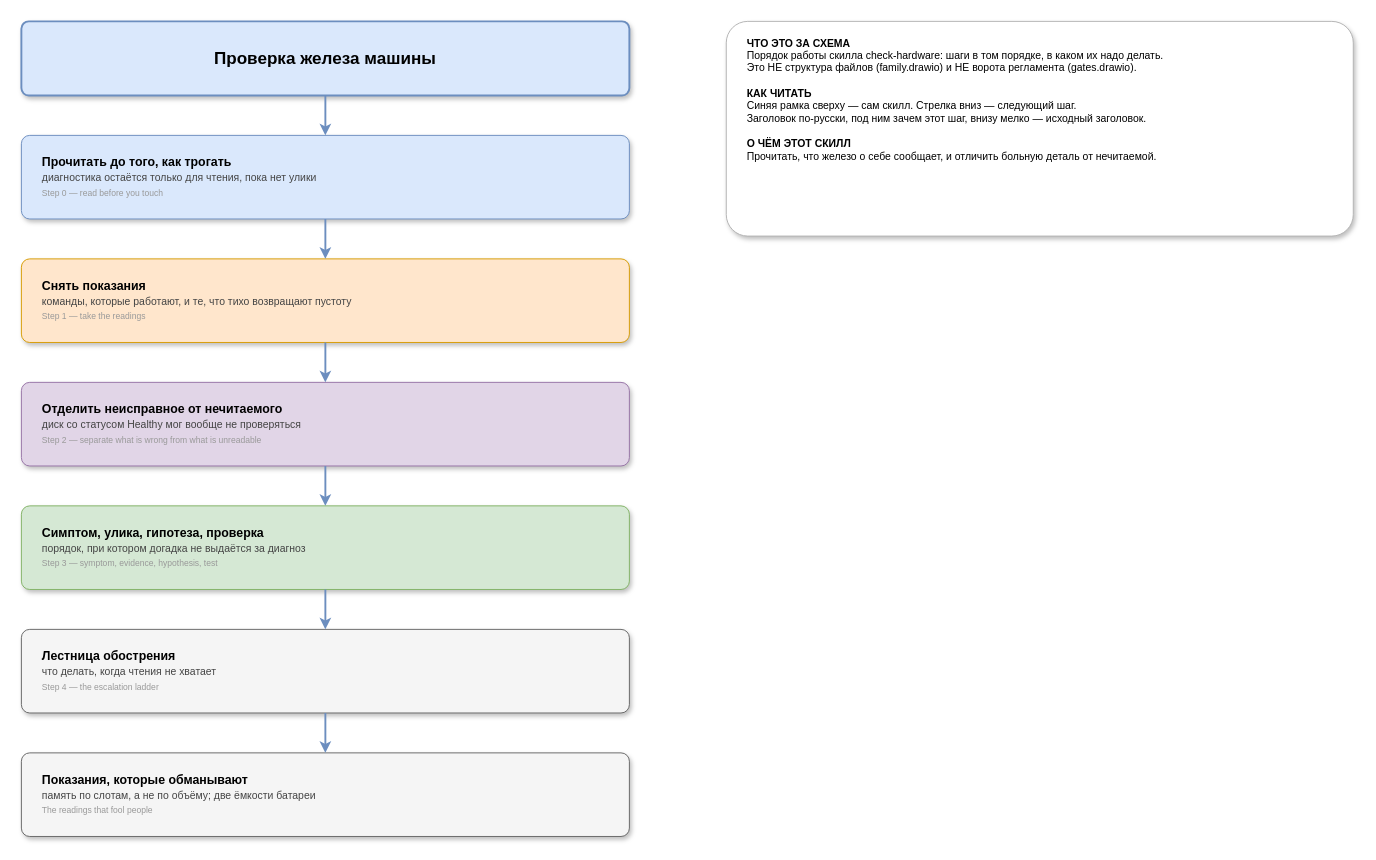
Before: skills/check-hardware/assets/diagram.drawio in ubik-dsh/deepseek-harness-skills, a draw.io diagram. Source tidied: cells renumbered, new cells numbered last; positions are measured from the earlier drawing's top-left corner, leaving out a move shared by most shapes. Both pictures are drawn from the tidied source at 95%, with x=0, y=0 at pixel (21, 21).
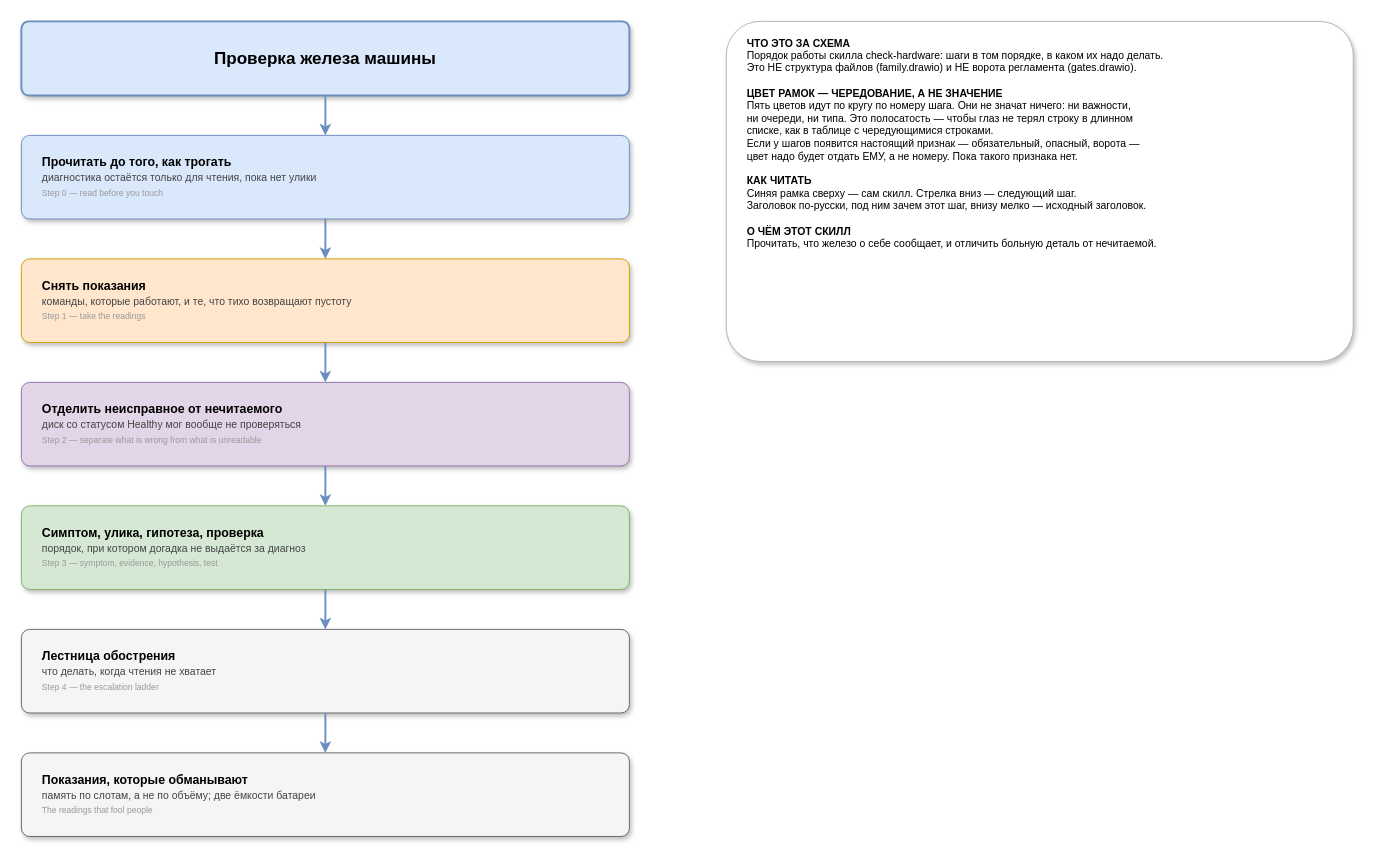
The same page after the edit.

Change to the diagram source:
```diff
@@
 <mxGraphModel>
   <root>
     <mxCell id="0" />
     <mxCell id="1" parent="0" />
     <mxCell id="2" value="Проверка железа машины" style="rounded=1;arcSize=10;whiteSpace=wrap;html=1;shadow=1;strokeWidth=2;fillColor=#DAE8FC;strokeColor=#6C8EBF;fontSize=18;fontStyle=1;align=center;verticalAlign=middle;" parent="1" vertex="1">
       <mxGeometry width="640" height="78" as="geometry" />
     </mxCell>
     <mxCell id="3" value="&lt;b&gt;Прочитать до того, как трогать&lt;/b&gt;&lt;br&gt;&lt;font color=&quot;#444444&quot; style=&quot;font-size:11px&quot;&gt;диагностика остаётся только для чтения, пока нет улики&lt;/font&gt;&lt;br&gt;&lt;font color=&quot;#999999&quot; style=&quot;font-size:9px&quot;&gt;Step 0 — read before you touch&lt;/font&gt;" style="rounded=1;arcSize=10;whiteSpace=wrap;html=1;shadow=1;strokeWidth=1;fillColor=#DAE8FC;strokeColor=#6C8EBF;align=left;verticalAlign=middle;spacingLeft=20;spacingTop=10;spacingBottom=10;fontSize=13;" parent="1" vertex="1">
       <mxGeometry y="120" width="640" height="88" as="geometry" />
     </mxCell>
     <mxCell id="4" style="endArrow=classic;html=1;strokeColor=#6C8EBF;strokeWidth=2;rounded=0;edgeStyle=orthogonalEdgeStyle;exitX=0.5;exitY=1;exitDx=0;exitDy=0;entryX=0.5;entryY=0;entryDx=0;entryDy=0;" parent="1" edge="1" source="2" target="3">
       <mxGeometry relative="1" as="geometry" />
     </mxCell>
     <mxCell id="5" value="&lt;b&gt;Снять показания&lt;/b&gt;&lt;br&gt;&lt;font color=&quot;#444444&quot; style=&quot;font-size:11px&quot;&gt;команды, которые работают, и те, что тихо возвращают пустоту&lt;/font&gt;&lt;br&gt;&lt;font color=&quot;#999999&quot; style=&quot;font-size:9px&quot;&gt;Step 1 — take the readings&lt;/font&gt;" style="rounded=1;arcSize=10;whiteSpace=wrap;html=1;shadow=1;strokeWidth=1;fillColor=#FFE6CC;strokeColor=#D79B00;align=left;verticalAlign=middle;spacingLeft=20;spacingTop=10;spacingBottom=10;fontSize=13;" parent="1" vertex="1">
       <mxGeometry y="250" width="640" height="88" as="geometry" />
     </mxCell>
     <mxCell id="6" style="endArrow=classic;html=1;strokeColor=#6C8EBF;strokeWidth=2;rounded=0;edgeStyle=orthogonalEdgeStyle;exitX=0.5;exitY=1;exitDx=0;exitDy=0;entryX=0.5;entryY=0;entryDx=0;entryDy=0;" parent="1" edge="1" source="3" target="5">
       <mxGeometry relative="1" as="geometry" />
     </mxCell>
     <mxCell id="7" value="&lt;b&gt;Отделить неисправное от нечитаемого&lt;/b&gt;&lt;br&gt;&lt;font color=&quot;#444444&quot; style=&quot;font-size:11px&quot;&gt;диск со статусом Healthy мог вообще не проверяться&lt;/font&gt;&lt;br&gt;&lt;font color=&quot;#999999&quot; style=&quot;font-size:9px&quot;&gt;Step 2 — separate what is wrong from what is unreadable&lt;/font&gt;" style="rounded=1;arcSize=10;whiteSpace=wrap;html=1;shadow=1;strokeWidth=1;fillColor=#E1D5E7;strokeColor=#9673A6;align=left;verticalAlign=middle;spacingLeft=20;spacingTop=10;spacingBottom=10;fontSize=13;" parent="1" vertex="1">
       <mxGeometry y="380" width="640" height="88" as="geometry" />
     </mxCell>
     <mxCell id="8" style="endArrow=classic;html=1;strokeColor=#6C8EBF;strokeWidth=2;rounded=0;edgeStyle=orthogonalEdgeStyle;exitX=0.5;exitY=1;exitDx=0;exitDy=0;entryX=0.5;entryY=0;entryDx=0;entryDy=0;" parent="1" edge="1" source="5" target="7">
       <mxGeometry relative="1" as="geometry" />
     </mxCell>
     <mxCell id="9" value="&lt;b&gt;Симптом, улика, гипотеза, проверка&lt;/b&gt;&lt;br&gt;&lt;font color=&quot;#444444&quot; style=&quot;font-size:11px&quot;&gt;порядок, при котором догадка не выдаётся за диагноз&lt;/font&gt;&lt;br&gt;&lt;font color=&quot;#999999&quot; style=&quot;font-size:9px&quot;&gt;Step 3 — symptom, evidence, hypothesis, test&lt;/font&gt;" style="rounded=1;arcSize=10;whiteSpace=wrap;html=1;shadow=1;strokeWidth=1;fillColor=#D5E8D4;strokeColor=#82B366;align=left;verticalAlign=middle;spacingLeft=20;spacingTop=10;spacingBottom=10;fontSize=13;" parent="1" vertex="1">
       <mxGeometry y="510" width="640" height="88" as="geometry" />
     </mxCell>
     <mxCell id="10" style="endArrow=classic;html=1;strokeColor=#6C8EBF;strokeWidth=2;rounded=0;edgeStyle=orthogonalEdgeStyle;exitX=0.5;exitY=1;exitDx=0;exitDy=0;entryX=0.5;entryY=0;entryDx=0;entryDy=0;" parent="1" edge="1" source="7" target="9">
       <mxGeometry relative="1" as="geometry" />
     </mxCell>
     <mxCell id="11" value="&lt;b&gt;Лестница обострения&lt;/b&gt;&lt;br&gt;&lt;font color=&quot;#444444&quot; style=&quot;font-size:11px&quot;&gt;что делать, когда чтения не хватает&lt;/font&gt;&lt;br&gt;&lt;font color=&quot;#999999&quot; style=&quot;font-size:9px&quot;&gt;Step 4 — the escalation ladder&lt;/font&gt;" style="rounded=1;arcSize=10;whiteSpace=wrap;html=1;shadow=1;strokeWidth=1;fillColor=#F5F5F5;strokeColor=#666666;align=left;verticalAlign=middle;spacingLeft=20;spacingTop=10;spacingBottom=10;fontSize=13;" parent="1" vertex="1">
       <mxGeometry y="640" width="640" height="88" as="geometry" />
     </mxCell>
     <mxCell id="12" style="endArrow=classic;html=1;strokeColor=#6C8EBF;strokeWidth=2;rounded=0;edgeStyle=orthogonalEdgeStyle;exitX=0.5;exitY=1;exitDx=0;exitDy=0;entryX=0.5;entryY=0;entryDx=0;entryDy=0;" parent="1" edge="1" source="9" target="11">
       <mxGeometry relative="1" as="geometry" />
     </mxCell>
     <mxCell id="13" value="&lt;b&gt;Показания, которые обманывают&lt;/b&gt;&lt;br&gt;&lt;font color=&quot;#444444&quot; style=&quot;font-size:11px&quot;&gt;память по слотам, а не по объёму; две ёмкости батареи&lt;/font&gt;&lt;br&gt;&lt;font color=&quot;#999999&quot; style=&quot;font-size:9px&quot;&gt;The readings that fool people&lt;/font&gt;" style="rounded=1;arcSize=10;whiteSpace=wrap;html=1;shadow=1;strokeWidth=1;fillColor=#F5F5F5;strokeColor=#666666;align=left;verticalAlign=middle;spacingLeft=20;spacingTop=10;spacingBottom=10;fontSize=13;" parent="1" vertex="1">
       <mxGeometry y="770" width="640" height="88" as="geometry" />
     </mxCell>
     <mxCell id="14" style="endArrow=classic;html=1;strokeColor=#6C8EBF;strokeWidth=2;rounded=0;edgeStyle=orthogonalEdgeStyle;exitX=0.5;exitY=1;exitDx=0;exitDy=0;entryX=0.5;entryY=0;entryDx=0;entryDy=0;" parent="1" edge="1" source="11" target="13">
       <mxGeometry relative="1" as="geometry" />
     </mxCell>
-    <mxCell id="15" value="&lt;b&gt;ЧТО ЭТО ЗА СХЕМА&lt;/b&gt;&lt;br&gt;Порядок работы скилла check-hardware: шаги в том порядке, в каком их надо делать.&lt;br&gt;Это НЕ структура файлов (family.drawio) и НЕ ворота регламента (gates.drawio).&lt;br&gt;&amp;nbsp;&lt;br&gt;&lt;b&gt;КАК ЧИТАТЬ&lt;/b&gt;&lt;br&gt;Синяя рамка сверху — сам скилл. Стрелка вниз — следующий шаг.&lt;br&gt;Заголовок по-русски, под ним зачем этот шаг, внизу мелко — исходный заголовок.&lt;br&gt;&amp;nbsp;&lt;br&gt;&lt;b&gt;О ЧЁМ ЭТОТ СКИЛЛ&lt;/b&gt;&lt;br&gt;Прочитать, что железо о себе сообщает, и отличить больную деталь от нечитаемой.&lt;br&gt;&amp;nbsp;" style="rounded=1;arcSize=10;whiteSpace=wrap;html=1;shadow=1;strokeWidth=1;fillColor=#FFFFFF;strokeColor=#B3B3B3;align=left;verticalAlign=top;spacingLeft=20;spacingTop=10;fontSize=11;" parent="1" vertex="1">
-      <mxGeometry x="742" width="660" height="226" as="geometry" />
+    <mxCell id="15" value="&lt;b&gt;ЧТО ЭТО ЗА СХЕМА&lt;/b&gt;&lt;br&gt;Порядок работы скилла check-hardware: шаги в том порядке, в каком их надо делать.&lt;br&gt;Это НЕ структура файлов (family.drawio) и НЕ ворота регламента (gates.drawio).&lt;br&gt;&amp;nbsp;&lt;br&gt;&lt;b&gt;ЦВЕТ РАМОК — ЧЕРЕДОВАНИЕ, А НЕ ЗНАЧЕНИЕ&lt;/b&gt;&lt;br&gt;Пять цветов идут по кругу по номеру шага. Они не значат ничего: ни важности,&lt;br&gt;ни очереди, ни типа. Это полосатость — чтобы глаз не терял строку в длинном&lt;br&gt;списке, как в таблице с чередующимися строками.&lt;br&gt;Если у шагов появится настоящий признак — обязательный, опасный, ворота —&lt;br&gt;цвет надо будет отдать ЕМУ, а не номеру. Пока такого признака нет.&lt;br&gt;&amp;nbsp;&lt;br&gt;&lt;b&gt;КАК ЧИТАТЬ&lt;/b&gt;&lt;br&gt;Синяя рамка сверху — сам скилл. Стрелка вниз — следующий шаг.&lt;br&gt;Заголовок по-русски, под ним зачем этот шаг, внизу мелко — исходный заголовок.&lt;br&gt;&amp;nbsp;&lt;br&gt;&lt;b&gt;О ЧЁМ ЭТОТ СКИЛЛ&lt;/b&gt;&lt;br&gt;Прочитать, что железо о себе сообщает, и отличить больную деталь от нечитаемой.&lt;br&gt;&amp;nbsp;" style="rounded=1;arcSize=10;whiteSpace=wrap;html=1;shadow=1;strokeWidth=1;fillColor=#FFFFFF;strokeColor=#B3B3B3;align=left;verticalAlign=top;spacingLeft=20;spacingTop=10;fontSize=11;" parent="1" vertex="1">
+      <mxGeometry x="742" width="660" height="358" as="geometry" />
     </mxCell>
   </root>
 </mxGraphModel>
```
